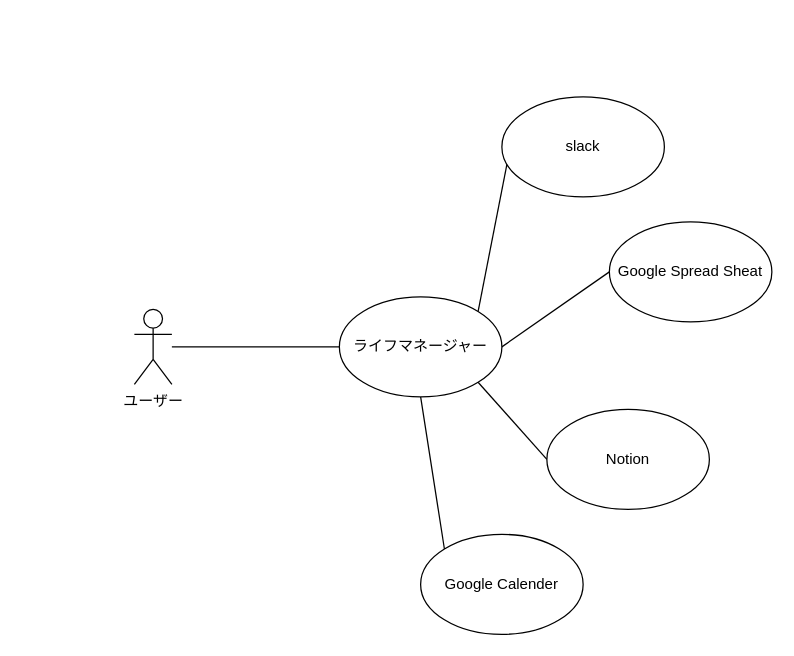
washogo/life-manager keeps this draw.io diagram as docs/context-diagram.drawio. Above is the earlier version. Source tidied: cells renumbered, new cells numbered last; positions are measured from the earlier drawing's top-left corner, leaving out a move shared by most shapes. Both pictures are drawn from the tidied source at 125%, with x=0, y=0 at pixel (134, 96).
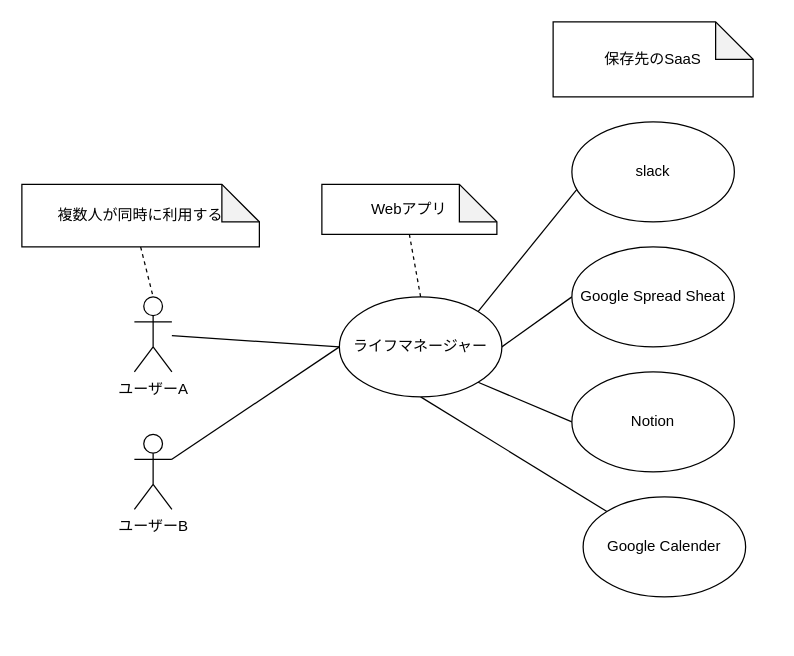
After the change.

Commit message:
fix: コンテキスト図を修正

Change to the diagram source:
```diff
@@
 <mxGraphModel>
   <root>
     <mxCell id="0" />
     <mxCell id="1" parent="0" />
     <mxCell id="2" style="edgeStyle=none;html=1;entryX=0;entryY=0.5;entryDx=0;entryDy=0;endArrow=none;endFill=0;" parent="1" edge="1" source="3" target="8">
       <mxGeometry relative="1" as="geometry" />
     </mxCell>
-    <mxCell id="3" value="ユーザー" style="shape=umlActor;verticalLabelPosition=bottom;verticalAlign=top;html=1;" parent="1" vertex="1">
-      <mxGeometry y="170" width="30" height="60" as="geometry" />
+    <mxCell id="3" value="ユーザーB" style="shape=umlActor;verticalLabelPosition=bottom;verticalAlign=top;html=1;" parent="1" vertex="1">
+      <mxGeometry y="270" width="30" height="60" as="geometry" />
     </mxCell>
     <mxCell id="4" style="edgeStyle=none;html=1;exitX=1;exitY=0;exitDx=0;exitDy=0;entryX=0.031;entryY=0.675;entryDx=0;entryDy=0;entryPerimeter=0;endArrow=none;endFill=0;" parent="1" edge="1" source="8" target="9">
       <mxGeometry relative="1" as="geometry" />
     </mxCell>
     <mxCell id="5" style="edgeStyle=none;html=1;exitX=1;exitY=0.5;exitDx=0;exitDy=0;entryX=0;entryY=0.5;entryDx=0;entryDy=0;endArrow=none;endFill=0;" parent="1" edge="1" source="8" target="10">
       <mxGeometry relative="1" as="geometry" />
     </mxCell>
     <mxCell id="6" style="edgeStyle=none;html=1;exitX=1;exitY=1;exitDx=0;exitDy=0;entryX=0;entryY=0.5;entryDx=0;entryDy=0;endArrow=none;endFill=0;" parent="1" edge="1" source="8" target="11">
       <mxGeometry relative="1" as="geometry" />
     </mxCell>
     <mxCell id="7" style="edgeStyle=none;html=1;exitX=0.5;exitY=1;exitDx=0;exitDy=0;entryX=0;entryY=0;entryDx=0;entryDy=0;endArrow=none;endFill=0;" parent="1" edge="1" source="8" target="12">
       <mxGeometry relative="1" as="geometry" />
     </mxCell>
+    <mxCell id="13" style="edgeStyle=none;html=1;exitX=0;exitY=0.5;exitDx=0;exitDy=0;strokeColor=default;endArrow=none;endFill=0;" parent="1" edge="1" source="8" target="19">
+      <mxGeometry relative="1" as="geometry" />
+    </mxCell>
+    <mxCell id="14" style="edgeStyle=none;html=1;exitX=0.5;exitY=0;exitDx=0;exitDy=0;entryX=0.5;entryY=1;entryDx=0;entryDy=0;entryPerimeter=0;dashed=1;strokeColor=default;endArrow=none;endFill=0;" parent="1" edge="1" source="8" target="17">
+      <mxGeometry relative="1" as="geometry" />
+    </mxCell>
     <mxCell id="8" value="ライフマネージャー" style="ellipse;whiteSpace=wrap;html=1;" parent="1" vertex="1">
       <mxGeometry x="164" y="160" width="130" height="80" as="geometry" />
     </mxCell>
     <mxCell id="9" value="slack" style="ellipse;whiteSpace=wrap;html=1;" parent="1" vertex="1">
-      <mxGeometry x="294" width="130" height="80" as="geometry" />
+      <mxGeometry x="350" y="20" width="130" height="80" as="geometry" />
     </mxCell>
     <mxCell id="10" value="Google Spread Sheat" style="ellipse;whiteSpace=wrap;html=1;" parent="1" vertex="1">
-      <mxGeometry x="380" y="100" width="130" height="80" as="geometry" />
+      <mxGeometry x="350" y="120" width="130" height="80" as="geometry" />
     </mxCell>
     <mxCell id="11" value="Notion" style="ellipse;whiteSpace=wrap;html=1;" parent="1" vertex="1">
-      <mxGeometry x="330" y="250" width="130" height="80" as="geometry" />
+      <mxGeometry x="350" y="220" width="130" height="80" as="geometry" />
     </mxCell>
     <mxCell id="12" value="Google Calender" style="ellipse;whiteSpace=wrap;html=1;" parent="1" vertex="1">
-      <mxGeometry x="229" y="350" width="130" height="80" as="geometry" />
+      <mxGeometry x="359" y="320" width="130" height="80" as="geometry" />
     </mxCell>
+    <mxCell id="15" style="edgeStyle=none;html=1;exitX=0.5;exitY=1;exitDx=0;exitDy=0;exitPerimeter=0;entryX=0.5;entryY=0;entryDx=0;entryDy=0;entryPerimeter=0;strokeColor=default;endArrow=none;endFill=0;dashed=1;" parent="1" edge="1" source="16" target="19">
+      <mxGeometry relative="1" as="geometry" />
+    </mxCell>
+    <mxCell id="16" value="複数人が同時に利用する" style="shape=note;whiteSpace=wrap;html=1;backgroundOutline=1;darkOpacity=0.05;" parent="1" vertex="1">
+      <mxGeometry x="-90" y="70" width="190" height="50" as="geometry" />
+    </mxCell>
+    <mxCell id="17" value="Webアプリ" style="shape=note;whiteSpace=wrap;html=1;backgroundOutline=1;darkOpacity=0.05;" parent="1" vertex="1">
+      <mxGeometry x="150" y="70" width="140" height="40" as="geometry" />
+    </mxCell>
+    <mxCell id="18" value="保存先のSaaS" style="shape=note;whiteSpace=wrap;html=1;backgroundOutline=1;darkOpacity=0.05;" parent="1" vertex="1">
+      <mxGeometry x="335" y="-60" width="160" height="60" as="geometry" />
+    </mxCell>
+    <mxCell id="19" value="ユーザーA" style="shape=umlActor;verticalLabelPosition=bottom;verticalAlign=top;html=1;" parent="1" vertex="1">
+      <mxGeometry y="160" width="30" height="60" as="geometry" />
+    </mxCell>
   </root>
 </mxGraphModel>
```
